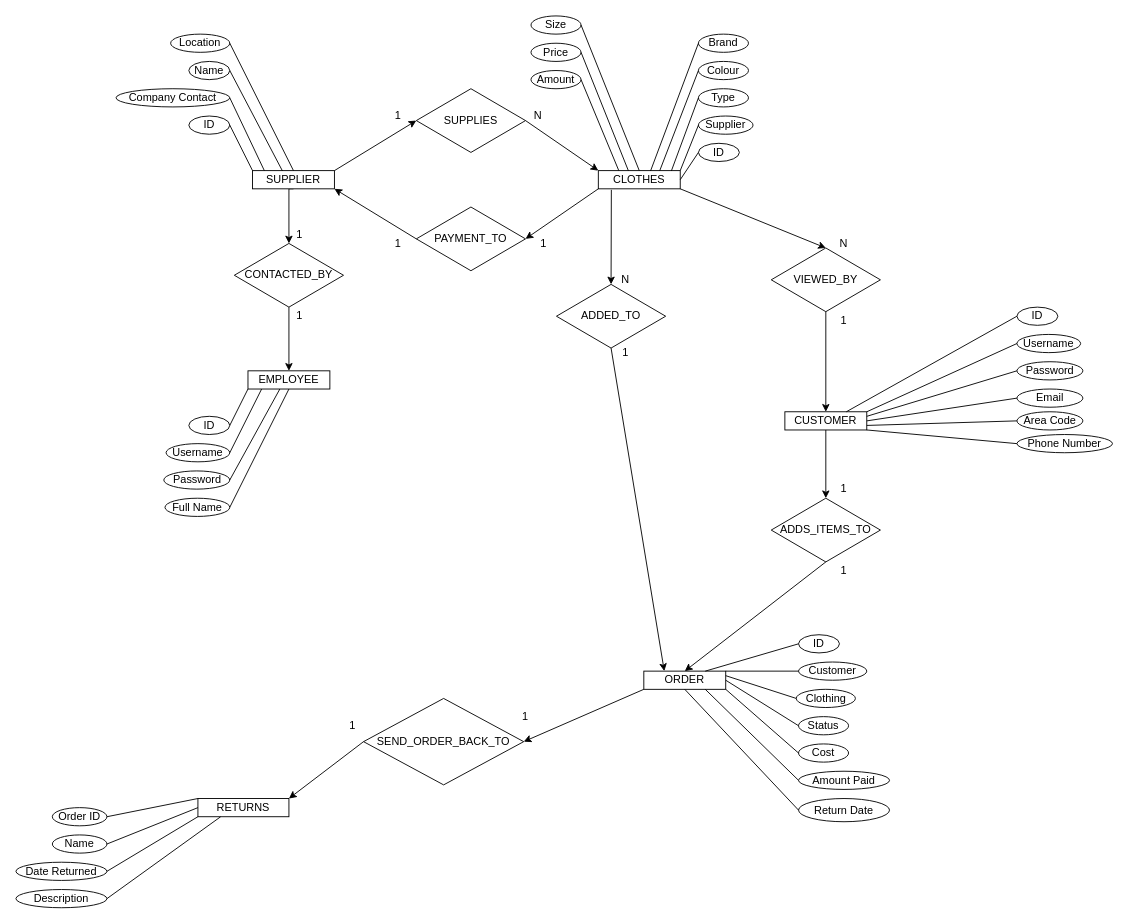
Above: FE2ProjectEERDiagram.drawio in ClothingOnlineDatabase/ClothingStoreFiles (draw.io), before the change. Source tidied: cells renumbered, new cells numbered last; positions are measured from the earlier drawing's top-left corner, leaving out a move shared by most shapes. Both pictures are drawn from the tidied source at 91%, with x=0, y=0 at pixel (15, 15).
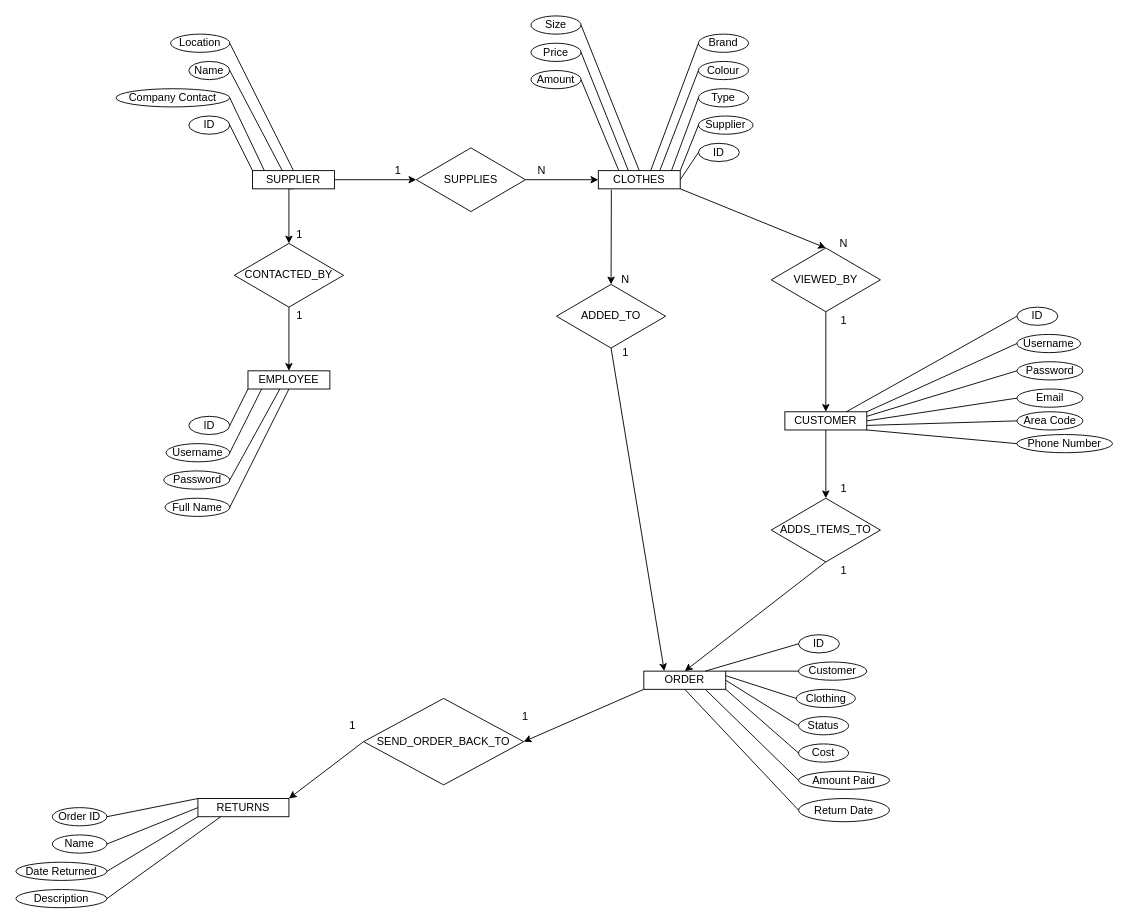
Above is the later version.

Unchanged cells that the change refers to:
```xml
<mxCell id="4" value="SUPPLIER" style="rounded=0;whiteSpace=wrap;html=1;" parent="1" vertex="1">
  <mxGeometry x="260" y="170" width="90" height="20" as="geometry" />
</mxCell>
<mxCell id="8" value="CLOTHES" style="rounded=0;whiteSpace=wrap;html=1;" parent="1" vertex="1">
  <mxGeometry x="640" y="170" width="90" height="20" as="geometry" />
</mxCell>
```

What changed in the source:
```diff
@@
     <mxCell id="19" value="SUPPLIES" style="rhombus;whiteSpace=wrap;html=1;" parent="1" vertex="1">
-      <mxGeometry x="440" y="80" width="120" height="70" as="geometry" />
+      <mxGeometry x="440" y="145" width="120" height="70" as="geometry" />
     </mxCell>
-    <mxCell id="20" style="endArrow=classic;html=1;entryX=0;entryY=0.5;entryDx=0;entryDy=0;" parent="1" edge="1" target="19">
-      <mxGeometry relative="1" as="geometry">
-        <mxPoint x="350" y="170" as="sourcePoint" />
-      </mxGeometry>
+    <mxCell id="20" style="endArrow=classic;html=1;entryX=0;entryY=0.5;entryDx=0;entryDy=0;exitX=1;exitY=0.5;exitDx=0;exitDy=0;" parent="1" edge="1" source="4" target="19">
+      <mxGeometry relative="1" as="geometry" />
     </mxCell>
     <mxCell id="21" value="1" style="text;html=1;strokeColor=none;fillColor=none;align=center;verticalAlign=middle;whiteSpace=wrap;rounded=0;" parent="1" vertex="1">
-      <mxGeometry x="400" y="100" width="40" height="20" as="geometry" />
+      <mxGeometry x="400" y="160" width="40" height="20" as="geometry" />
     </mxCell>
     <mxCell id="22" value="N" style="text;html=1;strokeColor=none;fillColor=none;align=center;verticalAlign=middle;whiteSpace=wrap;rounded=0;" parent="1" vertex="1">
-      <mxGeometry x="554" y="100" width="40" height="20" as="geometry" />
+      <mxGeometry x="558" y="160" width="40" height="20" as="geometry" />
     </mxCell>
-    <mxCell id="23" style="endArrow=classic;html=1;entryX=0;entryY=0;entryDx=0;entryDy=0;exitX=1;exitY=0.5;exitDx=0;exitDy=0;" parent="1" edge="1" source="19" target="8">
+    <mxCell id="23" style="endArrow=classic;html=1;entryX=0;entryY=0.5;entryDx=0;entryDy=0;exitX=1;exitY=0.5;exitDx=0;exitDy=0;entryPerimeter=0;" parent="1" edge="1" source="19" target="8">
       <mxGeometry relative="1" as="geometry" />
     </mxCell>
-    <mxCell id="24" value="PAYMENT_TO" style="rhombus;whiteSpace=wrap;html=1;" parent="1" vertex="1">
-      <mxGeometry x="440" y="210" width="120" height="70" as="geometry" />
-    </mxCell>
-    <mxCell id="25" style="endArrow=classic;html=1;entryX=1;entryY=0.5;entryDx=0;entryDy=0;" parent="1" edge="1" target="24">
-      <mxGeometry relative="1" as="geometry">
-        <mxPoint x="640" y="190" as="sourcePoint" />
-      </mxGeometry>
-    </mxCell>
-    <mxCell id="26" style="endArrow=classic;html=1;exitX=0;exitY=0.5;exitDx=0;exitDy=0;entryX=1;entryY=1;entryDx=0;entryDy=0;" parent="1" edge="1" source="24" target="4">
-      <mxGeometry relative="1" as="geometry" />
-    </mxCell>
-    <mxCell id="27" value="1" style="text;html=1;strokeColor=none;fillColor=none;align=center;verticalAlign=middle;whiteSpace=wrap;rounded=0;" parent="1" vertex="1">
-      <mxGeometry x="560" y="240" width="40" height="20" as="geometry" />
-    </mxCell>
-    <mxCell id="28" value="1" style="text;html=1;strokeColor=none;fillColor=none;align=center;verticalAlign=middle;whiteSpace=wrap;rounded=0;" parent="1" vertex="1">
-      <mxGeometry x="400" y="240" width="40" height="20" as="geometry" />
-    </mxCell>
```
